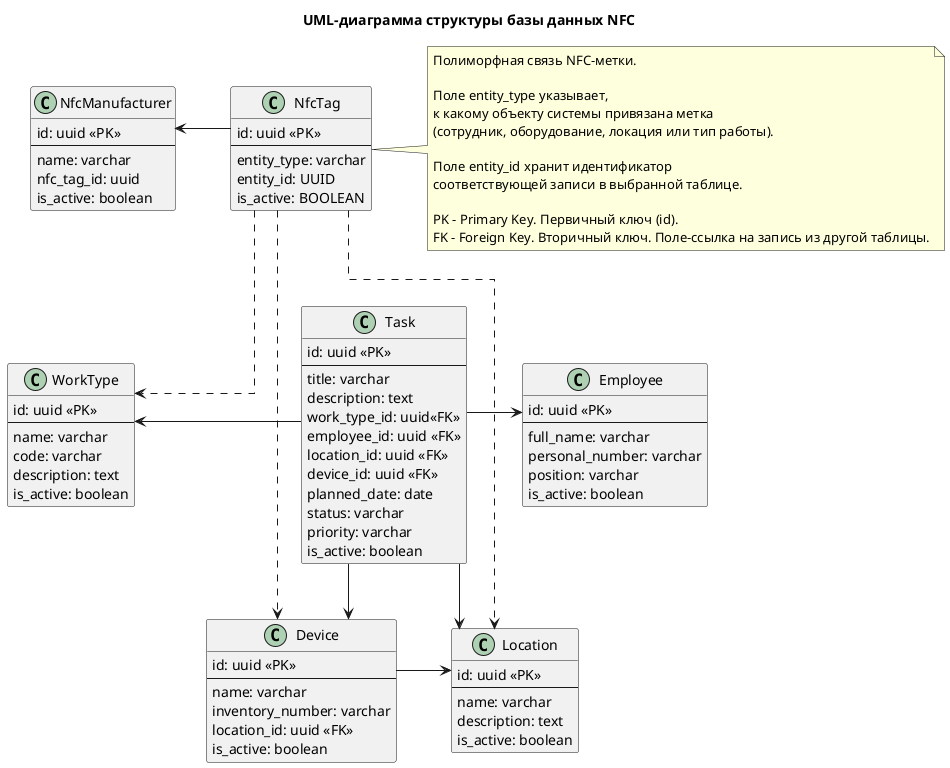
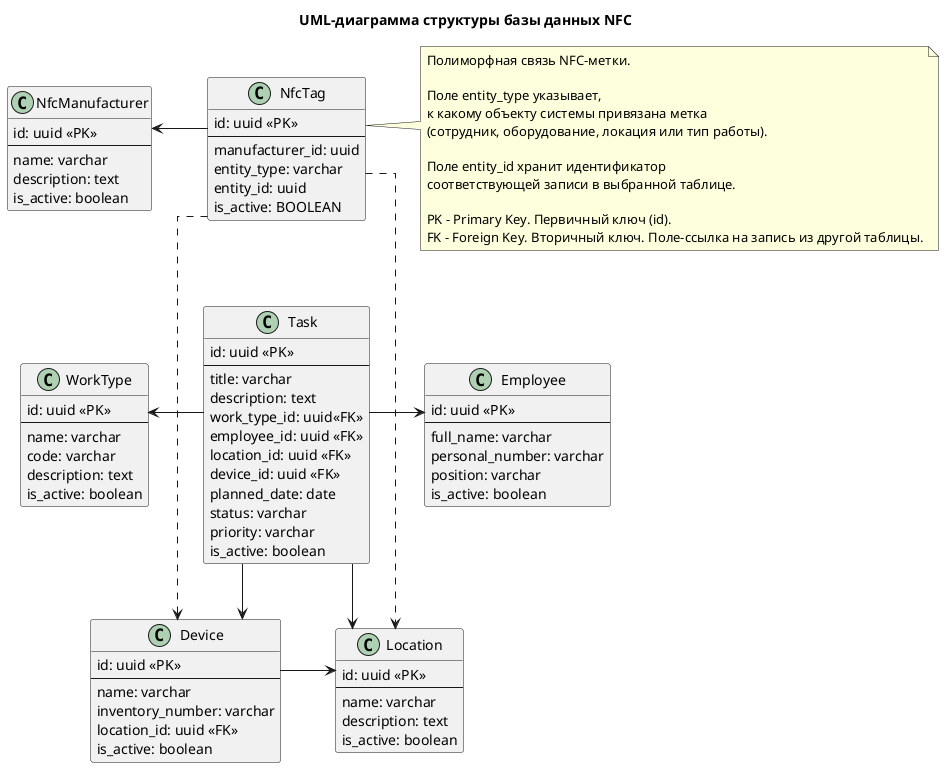
@startuml
title UML-диаграмма структуры базы данных NFC

top to bottom direction

skinparam classAttributeIconSize 0
skinparam linetype ortho
skinparam nodesep 55
skinparam ranksep 55

class NfcTag {
    id: uuid <<PK>>
    --
+     manufacturer_id: uuid
    entity_type: varchar
-     entity_id: UUID
+     entity_id: uuid
    is_active: BOOLEAN
}

class WorkType {
    id: uuid <<PK>>
    --
    name: varchar
    code: varchar
    description: text
    is_active: boolean
}

class Employee {
    id: uuid <<PK>>
    --
    full_name: varchar
    personal_number: varchar
    position: varchar
    is_active: boolean
}

class Task {
    id: uuid <<PK>>
    --
    title: varchar
    description: text
    work_type_id: uuid<<FK>>
    employee_id: uuid <<FK>>
    location_id: uuid <<FK>>
    device_id: uuid <<FK>>
    planned_date: date
    status: varchar
    priority: varchar
    is_active: boolean
}

class Device {
    id: uuid <<PK>>
    --
    name: varchar
    inventory_number: varchar
    location_id: uuid <<FK>>
    is_active: boolean
}

class Location {
    id: uuid <<PK>>
    --
    name: varchar
    description: text
    is_active: boolean
}

class NfcManufacturer {
    id: uuid <<PK>>
    --
    name: varchar
-     nfc_tag_id: uuid
+     description: text
    is_active: boolean
}

Task -left-> WorkType
Task -right-> Employee
Task -down-> Device
Task -down-> Location
NfcTag -left-> NfcManufacturer

NfcTag ..> Device
NfcTag ..> Location
- NfcTag ..> WorkType

Device -right-> Location

note right of NfcTag
  Полиморфная связь NFC-метки.

  Поле entity_type указывает,
  к какому объекту системы привязана метка
  (сотрудник, оборудование, локация или тип работы).

  Поле entity_id хранит идентификатор
  соответствующей записи в выбранной таблице.

  PK - Primary Key. Первичный ключ (id).
  FK - Foreign Key. Вторичный ключ. Поле-ссылка на запись из другой таблицы.
end note

WorkType -[hidden]right-> Task
Task -[hidden]right-> Employee

Device -[hidden]right-> Location

NfcTag -[hidden]down-> Task
WorkType -[hidden]down-> Device
Employee -[hidden]down-> Location

NfcManufacturer -[hidden]right-> NfcTag

@enduml